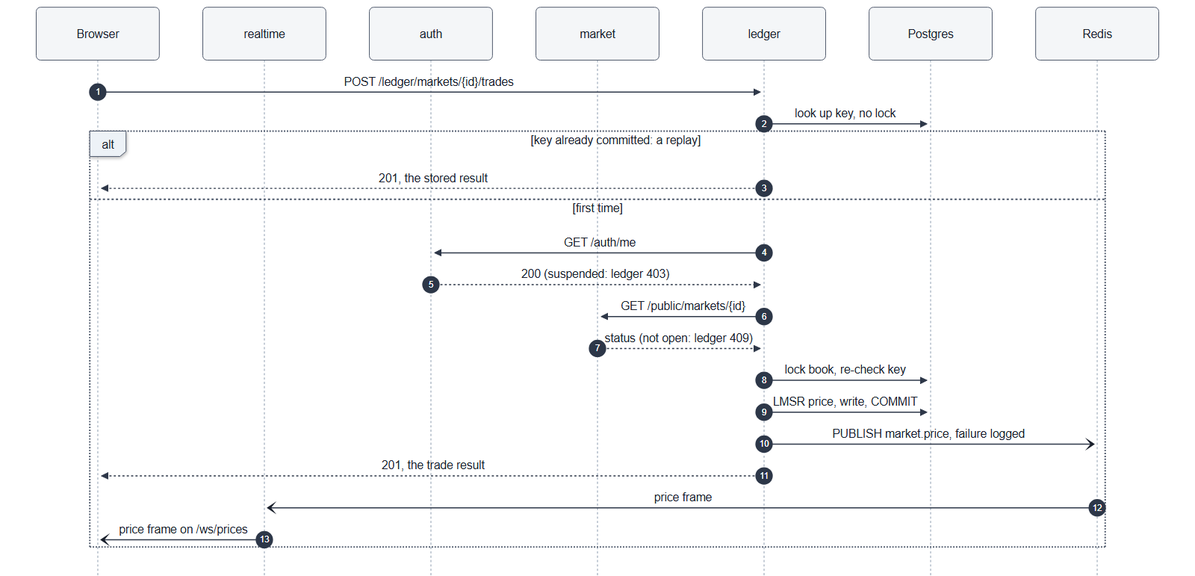
Before: docs/diagrams/rendered/06-trade-sequence.png, a diagram exported from Mermaid (decker757/CS464). Its source is kept beside it as docs/diagrams/06-trade-sequence.mmd. Its diagram source:
```mermaid
%%{init: {"themeCSS": ".actor-line { stroke: #C3CBD5 !important; stroke-dasharray: 3 3; }"}}%%
sequenceDiagram
    autonumber
    participant B as Browser
    participant RT as realtime
    participant A as auth
    participant M as market
    participant L as ledger
    participant DB as Postgres
    participant R as Redis

    B->>L: POST /ledger/markets/{id}/trades
    L->>DB: look up key, no lock
    alt key already committed: a replay
        L-->>B: 201, the stored result
    else first time
        L->>A: GET /auth/me
        A-->>L: 200 (suspended: ledger 403)
        L->>M: GET /public/markets/{id}
        M-->>L: status (not open: ledger 409)
        L->>DB: lock book, re-check key
        L->>DB: LMSR price, write, COMMIT
        L-)R: PUBLISH market.price, failure logged
        L-->>B: 201, the trade result
        R-)RT: price frame
        RT-)B: price frame on /ws/prices
    end
```
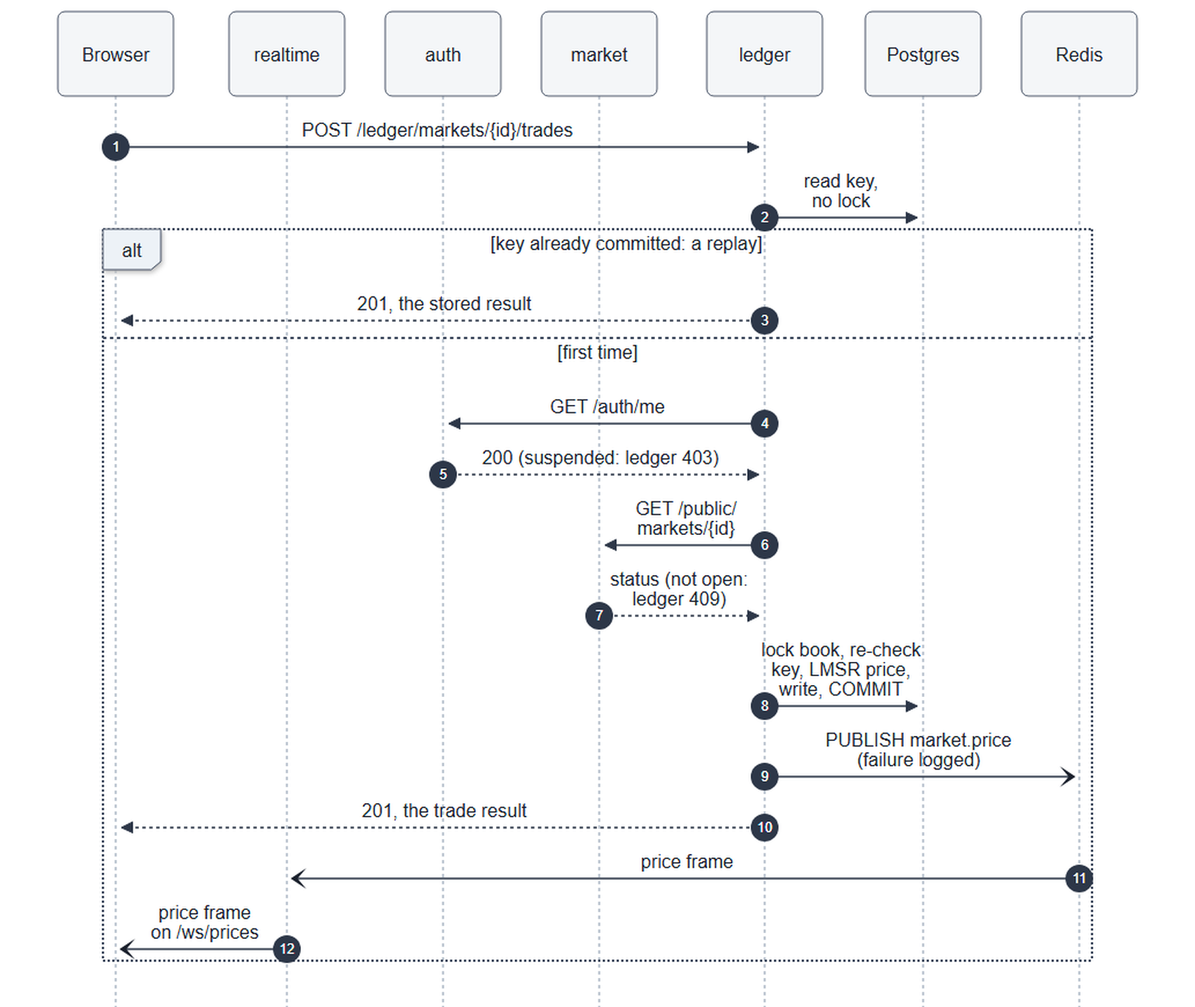
The same diagram one commit later.

Commit message:
docs(diagrams): a narrower trade sequence in twelve messages, and a compact timeline

Diff of the diagram source:
```diff
@@ -1,4 +1,4 @@
-%%{init: {"themeCSS": ".actor-line { stroke: #C3CBD5 !important; stroke-dasharray: 3 3; }"}}%%
+%%{init: {"sequence": {"width": 100, "actorMargin": 35}, "themeCSS": ".actor-line { stroke: #C3CBD5 !important; stroke-dasharray: 3 3; }"}}%%
 sequenceDiagram
     autonumber
     participant B as Browser
@@ -10,18 +10,17 @@
     participant R as Redis
 
     B->>L: POST /ledger/markets/{id}/trades
-    L->>DB: look up key, no lock
+    L->>DB: read key,<br/>no lock
     alt key already committed: a replay
         L-->>B: 201, the stored result
     else first time
         L->>A: GET /auth/me
         A-->>L: 200 (suspended: ledger 403)
-        L->>M: GET /public/markets/{id}
+        L->>M: GET /public/<br/>markets/{id}
         M-->>L: status (not open: ledger 409)
-        L->>DB: lock book, re-check key
-        L->>DB: LMSR price, write, COMMIT
-        L-)R: PUBLISH market.price, failure logged
+        L->>DB: lock book, re-check key, LMSR price, write, COMMIT
+        L-)R: PUBLISH market.price<br/>(failure logged)
         L-->>B: 201, the trade result
         R-)RT: price frame
-        RT-)B: price frame on /ws/prices
+        RT-)B: price frame<br/>on /ws/prices
     end
```
